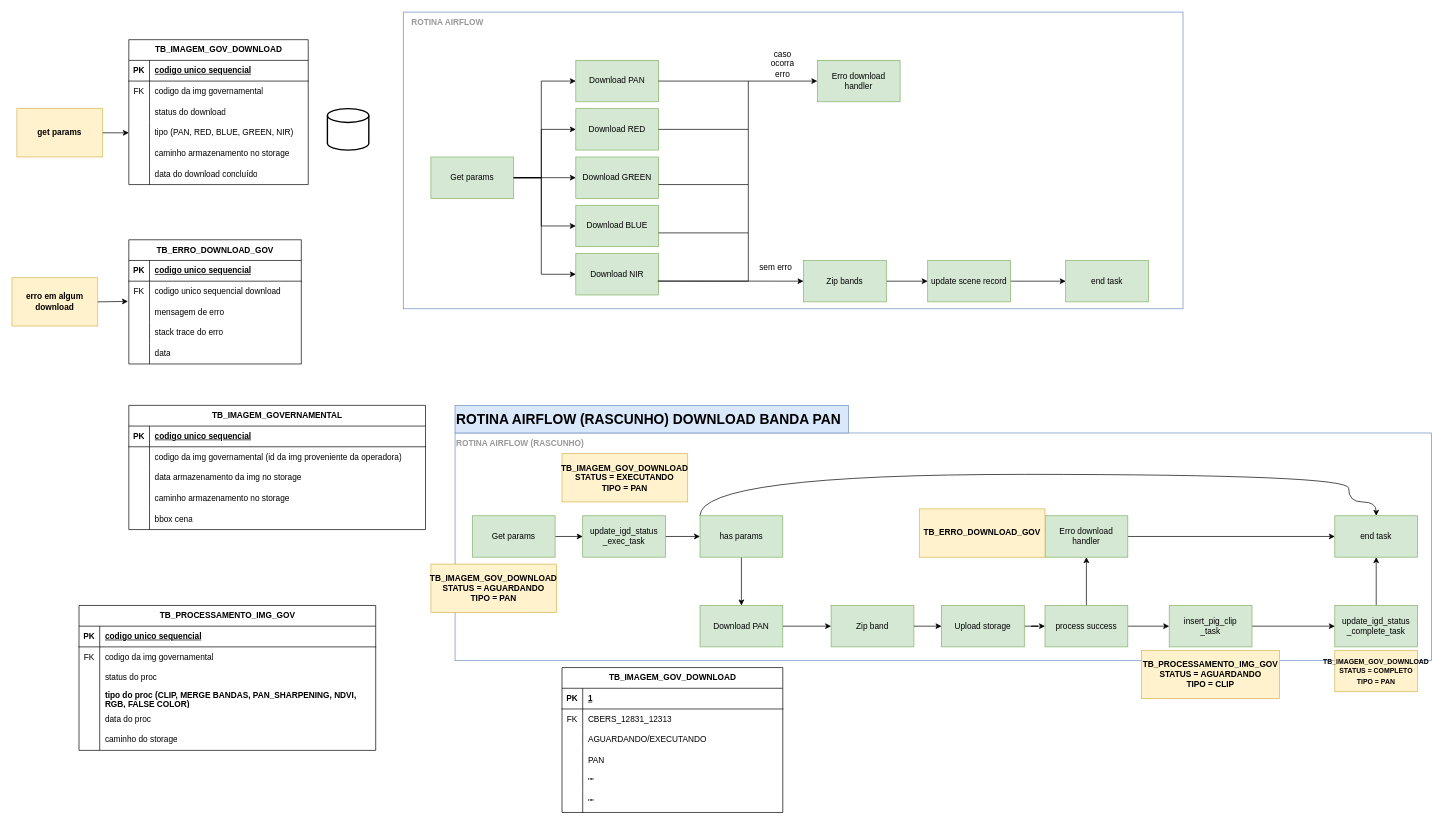
This is page "Fluxograma Download" (3 of 3) of API_INDICES_HD.drawio from gabrielk-visiona/data-teste, a draw.io file, before an edit. Source tidied: cells renumbered, new cells numbered last; positions are measured from the earlier drawing's top-left corner, leaving out a move shared by most shapes. Both pictures are drawn from the tidied source at 69%, with x=0, y=0 at pixel (12, 12).
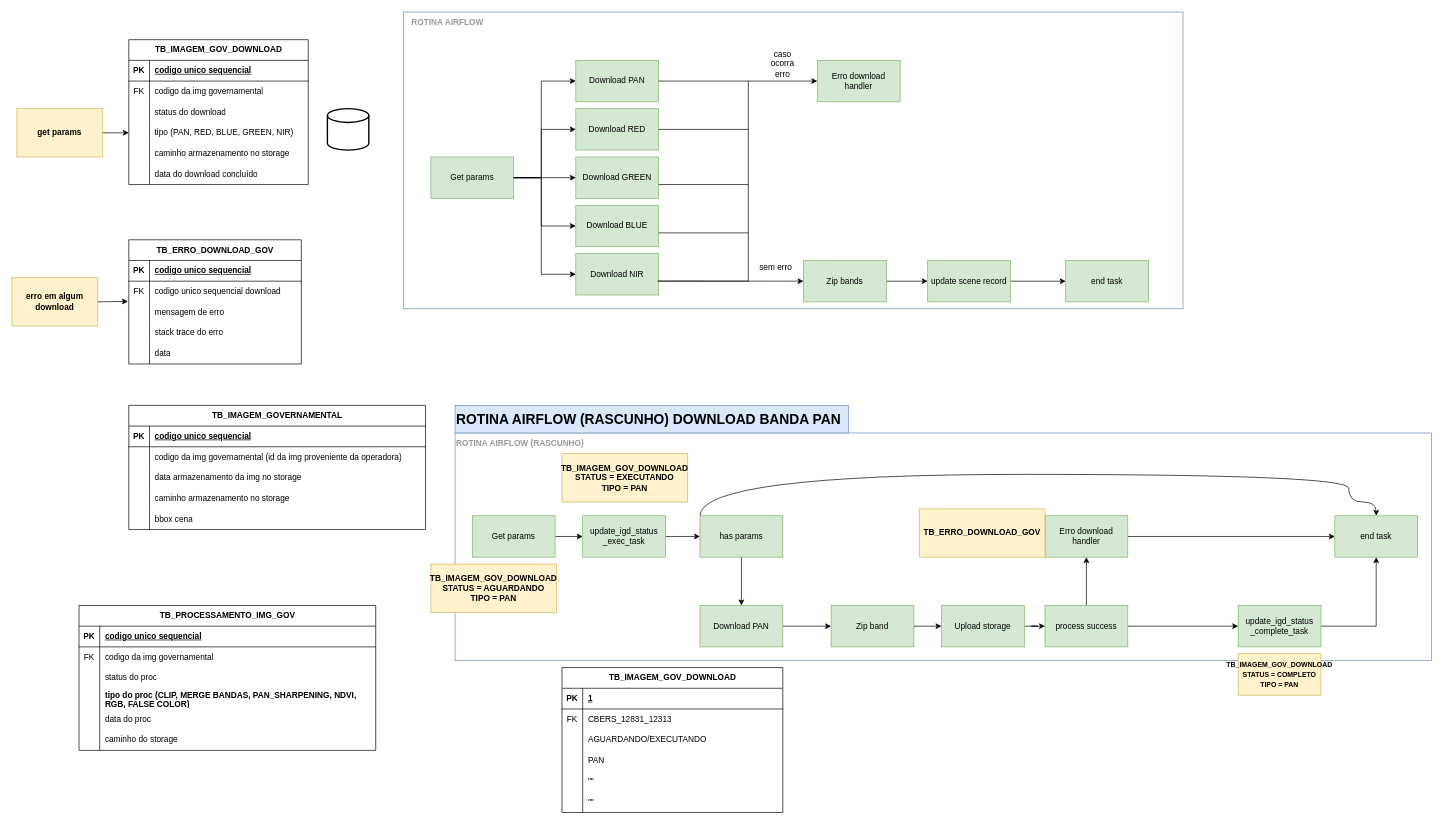
Above is the later version.

The change refers to these unchanged cells:
```xml
<mxCell id="102" value="process success" style="rounded=0;whiteSpace=wrap;html=1;fillColor=#d5e8d4;strokeColor=#82b366;" parent="1" vertex="1">
  <mxGeometry x="1497" y="860" width="120" height="60" as="geometry" />
</mxCell>
```

What changed in the source:
```diff
@@
     <mxCell id="93" value="update_igd_status&lt;div&gt;_complete_task&lt;/div&gt;" style="rounded=0;whiteSpace=wrap;html=1;fillColor=#d5e8d4;strokeColor=#82b366;" parent="1" vertex="1">
-      <mxGeometry x="1917" y="860" width="120" height="60" as="geometry" />
+      <mxGeometry x="1777" y="860" width="120" height="60" as="geometry" />
     </mxCell>
@@
-    <mxCell id="101" style="edgeStyle=orthogonalEdgeStyle;rounded=0;jettySize=auto;html=1;" parent="1" edge="1" source="102" target="133">
+    <mxCell id="101" style="edgeStyle=orthogonalEdgeStyle;rounded=0;jettySize=auto;html=1;entryX=0;entryY=0.5;entryDx=0;entryDy=0;" parent="1" edge="1" source="102" target="93">
       <mxGeometry relative="1" as="geometry" />
     </mxCell>
@@
     <mxCell id="130" value="&lt;font style=&quot;font-size: 10px;&quot;&gt;&lt;span style=&quot;text-wrap: nowrap;&quot;&gt;TB_IMAGEM_GOV_DOWNLOAD&lt;/span&gt;&lt;br&gt;&lt;/font&gt;&lt;div&gt;&lt;font style=&quot;font-size: 10px;&quot;&gt;STATUS = COMPLETO&lt;span&gt;&lt;br&gt;&lt;/span&gt;&lt;/font&gt;&lt;/div&gt;&lt;div&gt;&lt;font style=&quot;font-size: 10px;&quot;&gt;TIPO = PAN&lt;/font&gt;&lt;/div&gt;" style="text;html=1;align=center;verticalAlign=middle;whiteSpace=wrap;rounded=0;fillColor=#fff2cc;strokeColor=#d6b656;fontStyle=1;" parent="1" vertex="1">
-      <mxGeometry x="1917" y="925" width="120" height="60" as="geometry" />
+      <mxGeometry x="1777" y="930" width="120" height="60" as="geometry" />
     </mxCell>
@@
-    <mxCell id="132" style="edgeStyle=orthogonalEdgeStyle;rounded=0;jettySize=auto;html=1;" parent="1" edge="1" source="133" target="93">
-      <mxGeometry relative="1" as="geometry" />
-    </mxCell>
-    <mxCell id="133" value="insert_pig_clip&lt;div&gt;_task&lt;/div&gt;" style="whiteSpace=wrap;html=1;fillColor=#d5e8d4;strokeColor=#82b366;rounded=0;" parent="1" vertex="1">
-      <mxGeometry x="1677" y="860" width="120" height="60" as="geometry" />
-    </mxCell>
@@
-    <mxCell id="153" value="&lt;span style=&quot;text-wrap: nowrap;&quot;&gt;TB_PROCESSAMENTO_IMG_GOV&lt;/span&gt;&lt;br&gt;&lt;div&gt;STATUS = AGUARDANDO&lt;span&gt;&lt;br&gt;&lt;/span&gt;&lt;/div&gt;&lt;div&gt;TIPO = CLIP&lt;/div&gt;" style="text;html=1;align=center;verticalAlign=middle;whiteSpace=wrap;rounded=0;fillColor=#fff2cc;strokeColor=#d6b656;fontStyle=1;" parent="1" vertex="1">
-      <mxGeometry x="1637" y="925" width="200" height="70" as="geometry" />
-    </mxCell>
```
